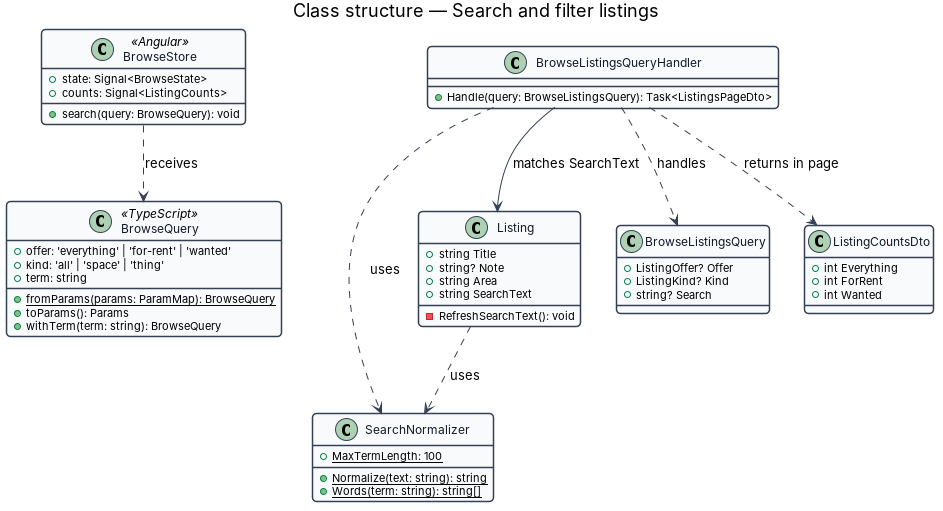
Before: docs/detailed-designs/browse/search-and-filter-listings/diagrams/class-structure.png, a diagram exported from PlantUML (QuinntyneBrown/christian-rent). Its source is kept beside it as docs/detailed-designs/browse/search-and-filter-listings/diagrams/class-structure.puml. Its diagram source:
```plantuml
@startuml
skinparam backgroundColor #FFFFFF
skinparam shadowing false
skinparam roundcorner 8
skinparam defaultFontName Arial
skinparam ArrowColor #344054
skinparam class {
  BorderColor #344054
  FontColor #101828
  BackgroundColor #F9FAFB
}
title Class structure — Search and filter listings

class BrowseQuery <<TypeScript>> {
  +offer: 'everything' | 'for-rent' | 'wanted'
  +kind: 'all' | 'space' | 'thing'
  +term: string
  +{static} fromParams(params: ParamMap): BrowseQuery
  +toParams(): Params
  +withTerm(term: string): BrowseQuery
}
class BrowseStore <<Angular>> {
  +search(query: BrowseQuery): void
  +state: Signal<BrowseState>
  +counts: Signal<ListingCounts>
}
class SearchNormalizer {
  +{static} MaxTermLength: 100
  +{static} Normalize(text: string): string
  +{static} Words(term: string): string[]
}
class Listing {
  +string Title
  +string? Note
  +string Area
  +string SearchText
  -RefreshSearchText(): void
}
class BrowseListingsQuery {
  +ListingOffer? Offer
  +ListingKind? Kind
  +string? Search
}
class BrowseListingsQueryHandler {
  +Handle(query: BrowseListingsQuery): Task<ListingsPageDto>
}
class ListingCountsDto {
  +int Everything
  +int ForRent
  +int Wanted
}
BrowseStore ..> BrowseQuery : receives
BrowseListingsQueryHandler ..> BrowseListingsQuery : handles
BrowseListingsQueryHandler ..> SearchNormalizer : uses
BrowseListingsQueryHandler --> Listing : matches SearchText
BrowseListingsQueryHandler ..> ListingCountsDto : returns in page
Listing ..> SearchNormalizer : uses
@enduml
```
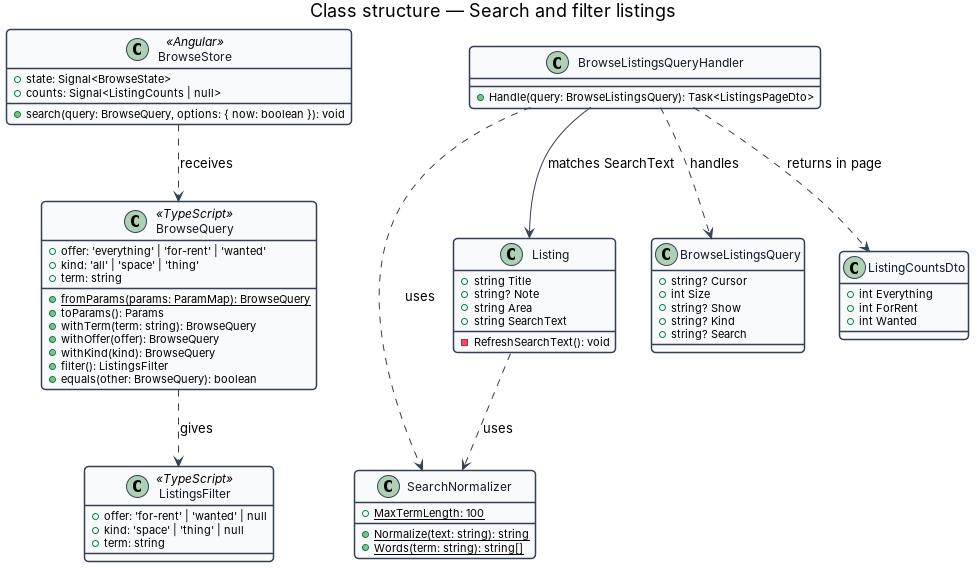
Above is the later version.

Diff of the diagram source:
```diff
@@ -18,11 +18,20 @@
   +{static} fromParams(params: ParamMap): BrowseQuery
   +toParams(): Params
   +withTerm(term: string): BrowseQuery
+  +withOffer(offer): BrowseQuery
+  +withKind(kind): BrowseQuery
+  +filter(): ListingsFilter
+  +equals(other: BrowseQuery): boolean
+}
+class ListingsFilter <<TypeScript>> {
+  +offer: 'for-rent' | 'wanted' | null
+  +kind: 'space' | 'thing' | null
+  +term: string
 }
 class BrowseStore <<Angular>> {
-  +search(query: BrowseQuery): void
+  +search(query: BrowseQuery, options: { now: boolean }): void
   +state: Signal<BrowseState>
-  +counts: Signal<ListingCounts>
+  +counts: Signal<ListingCounts | null>
 }
 class SearchNormalizer {
   +{static} MaxTermLength: 100
@@ -37,8 +46,10 @@
   -RefreshSearchText(): void
 }
 class BrowseListingsQuery {
-  +ListingOffer? Offer
-  +ListingKind? Kind
+  +string? Cursor
+  +int Size
+  +string? Show
+  +string? Kind
   +string? Search
 }
 class BrowseListingsQueryHandler {
@@ -50,6 +61,7 @@
   +int Wanted
 }
 BrowseStore ..> BrowseQuery : receives
+BrowseQuery ..> ListingsFilter : gives
 BrowseListingsQueryHandler ..> BrowseListingsQuery : handles
 BrowseListingsQueryHandler ..> SearchNormalizer : uses
 BrowseListingsQueryHandler --> Listing : matches SearchText
```
